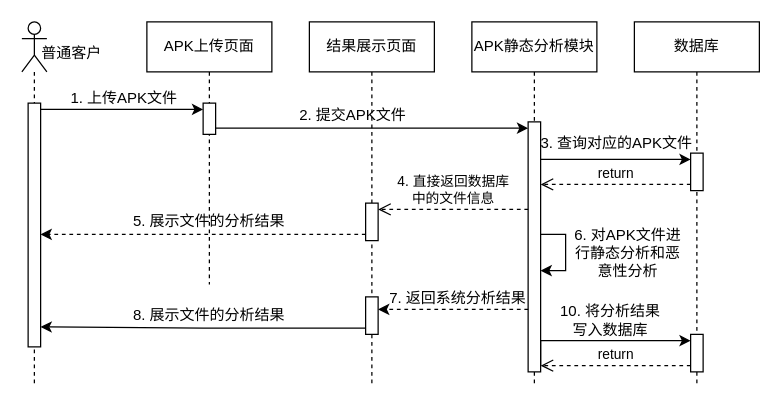
Before: 时序图4.drawio in sunray42/diagrams, a draw.io diagram. Source tidied: cells renumbered, new cells numbered last; positions are measured from the earlier drawing's top-left corner, leaving out a move shared by most shapes. Both pictures are drawn from the tidied source at 125%, with x=0, y=0 at pixel (21, 21).
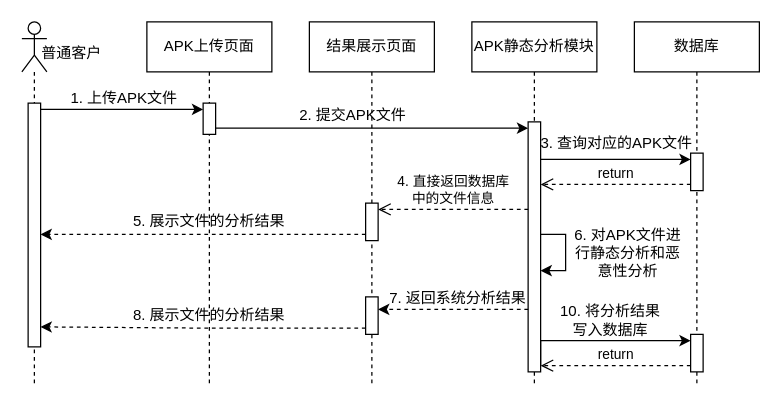
After the change.

Commit message:
更新时序图4.drawio

The change refers to these unchanged cells:
```xml
<mxCell id="14" style="html=1;points=[[0,0,0,0,5],[0,1,0,0,-5],[1,0,0,0,5],[1,1,0,0,-5]];perimeter=orthogonalPerimeter;outlineConnect=0;targetShapes=umlLifeline;portConstraint=eastwest;newEdgeStyle={&quot;curved&quot;:0,&quot;rounded&quot;:0};" parent="12" vertex="1">
  <mxGeometry x="45" y="220" width="10" height="30" as="geometry" />
</mxCell>
```

What changed in the source:
```diff
@@
     <mxCell id="2" value="APK上传页面" style="shape=umlLifeline;perimeter=lifelinePerimeter;whiteSpace=wrap;html=1;newEdgeStyle={&quot;curved&quot;:0,&quot;rounded&quot;:0};" parent="1" vertex="1">
-      <mxGeometry x="100" width="100" height="210" as="geometry" />
+      <mxGeometry x="100" width="100" height="290" as="geometry" />
     </mxCell>
@@
-    <mxCell id="29" style="edgeStyle=orthogonalEdgeStyle;rounded=0;jettySize=auto;html=1;curved=0;exitX=0;exitY=1;exitDx=0;exitDy=-5;exitPerimeter=0;" parent="1" edge="1" source="14">
+    <mxCell id="29" style="edgeStyle=orthogonalEdgeStyle;rounded=0;jettySize=auto;html=1;curved=0;exitX=0;exitY=1;exitDx=0;exitDy=-5;exitPerimeter=0;dashed=1;" parent="1" edge="1" source="14">
       <mxGeometry relative="1" as="geometry">
         <mxPoint x="15" y="244" as="targetPoint" />
       </mxGeometry>
     </mxCell>
```
